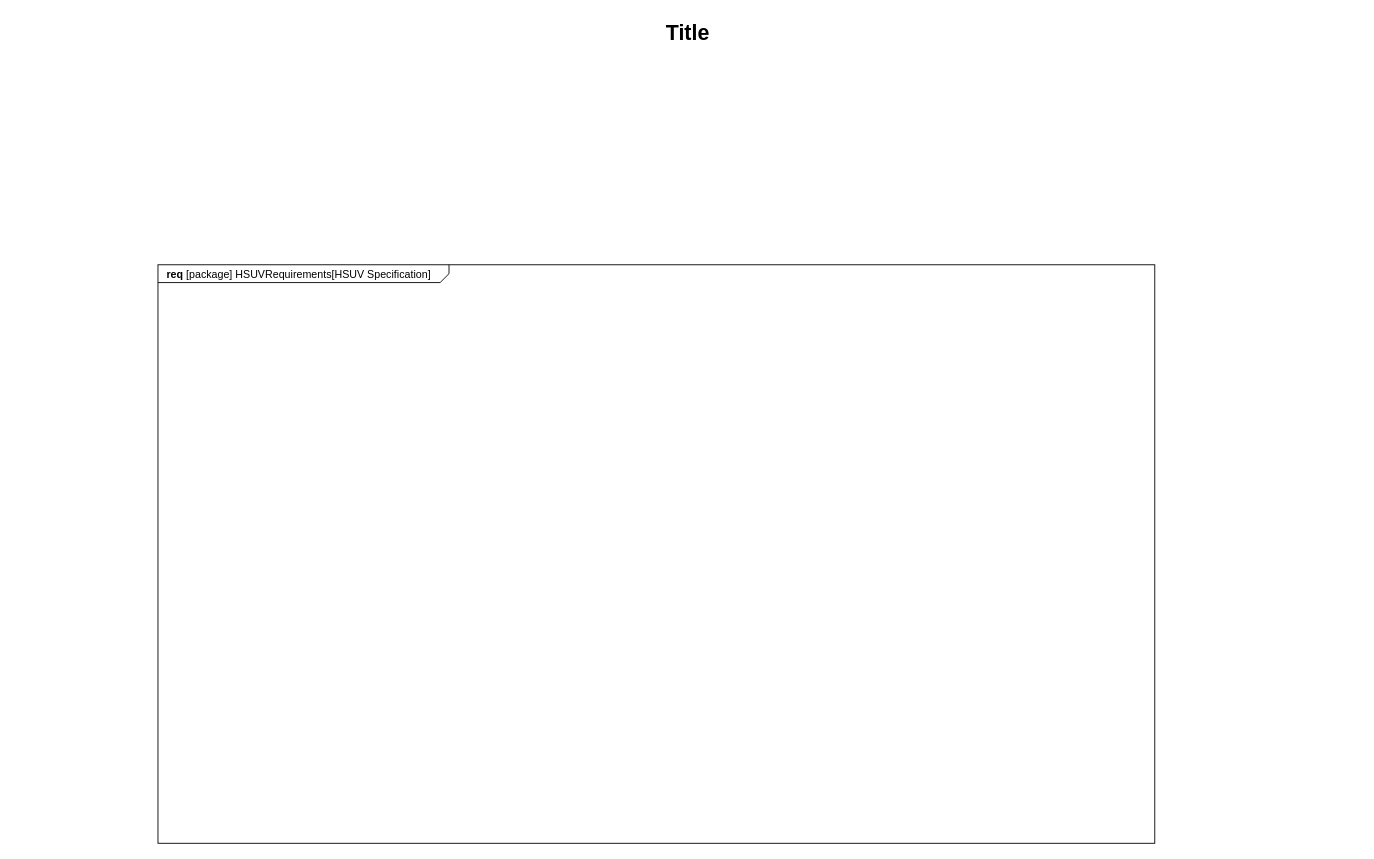
Earlier version of the draw.io diagram hive.drawio (fanch-luck/appiumapps). Source tidied: cells renumbered, new cells numbered last; positions are measured from the earlier drawing's top-left corner, leaving out a move shared by most shapes. Both pictures are drawn from the tidied source at 89%, with x=0, y=0 at pixel (15, 15).
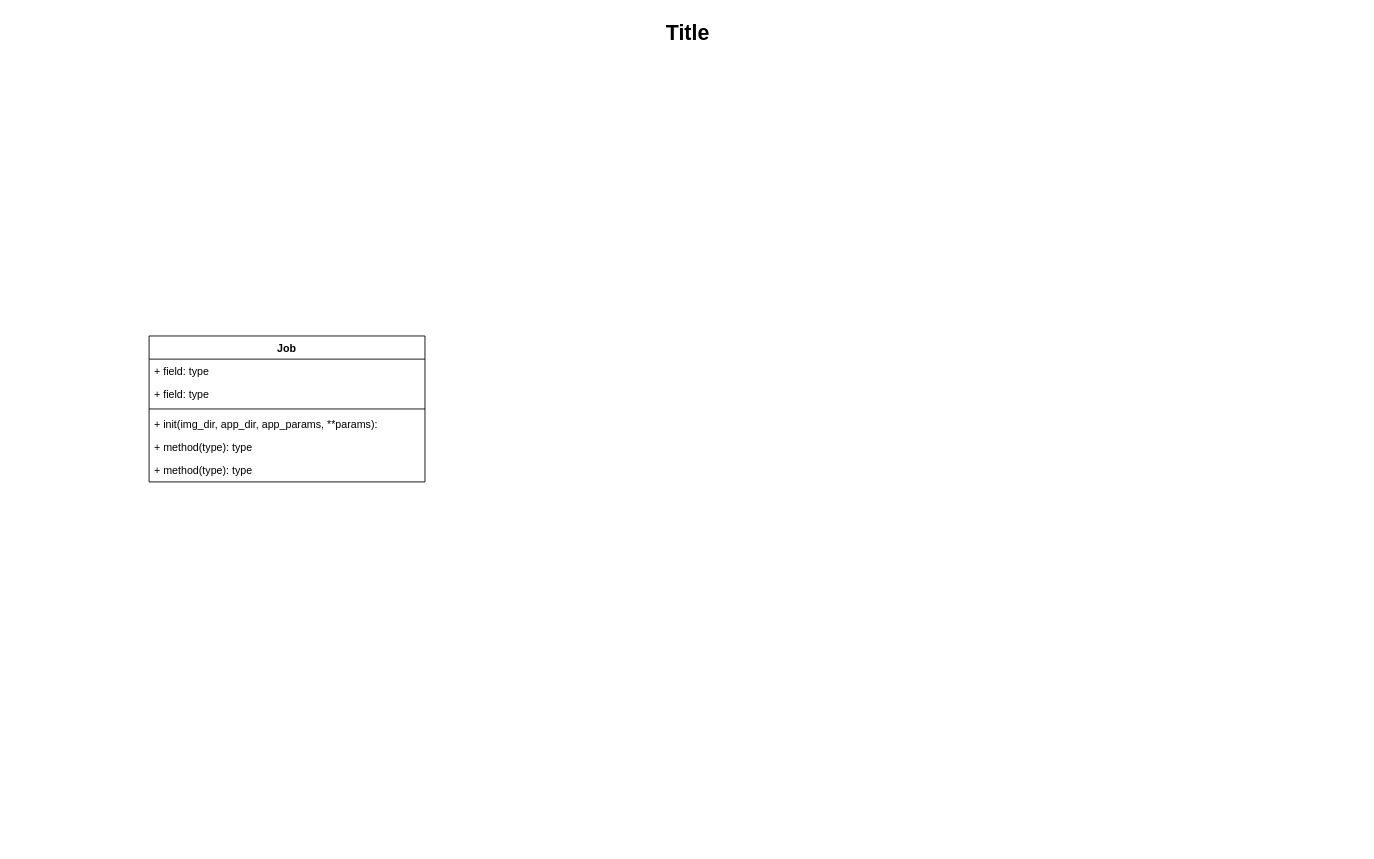
The same diagram, later.

What changed in the source:
```diff
@@
 <mxGraphModel>
   <root>
     <mxCell id="0" />
     <mxCell id="1" parent="0" />
-    <mxCell id="2" value="&lt;p style=&quot;margin: 0px ; margin-top: 4px ; margin-left: 10px ; text-align: left&quot;&gt;&lt;b&gt;req&lt;/b&gt;&amp;nbsp;[package] HSUVRequirements[HSUV Specification]&lt;/p&gt;" style="html=1;strokeWidth=1;shape=mxgraph.sysml.package;html=1;overflow=fill;whiteSpace=wrap;fillColor=none;gradientColor=none;fontSize=12;align=center;labelX=327.64;" parent="1" vertex="1">
-      <mxGeometry x="160" y="280" width="1120" height="650" as="geometry" />
-    </mxCell>
     <mxCell id="3" value="Title" style="text;strokeColor=none;fillColor=none;html=1;fontSize=24;fontStyle=1;verticalAlign=middle;align=center;" parent="1" vertex="1">
       <mxGeometry width="1510" height="40" as="geometry" />
     </mxCell>
+    <mxCell id="4" value="Job" style="swimlane;fontStyle=1;align=center;verticalAlign=top;horizontal=1;startSize=26;" parent="1" vertex="1">
+      <mxGeometry x="150" y="360" width="310" height="164" as="geometry" />
+    </mxCell>
+    <mxCell id="5" value="+ field: type" style="text;strokeColor=none;fillColor=none;align=left;verticalAlign=top;spacingLeft=4;spacingRight=4;overflow=hidden;" parent="4" vertex="1">
+      <mxGeometry y="26" width="310" height="26" as="geometry" />
+    </mxCell>
+    <mxCell id="6" value="+ field: type" style="text;strokeColor=none;fillColor=none;align=left;verticalAlign=top;spacingLeft=4;spacingRight=4;overflow=hidden;" parent="4" vertex="1">
+      <mxGeometry y="52" width="310" height="26" as="geometry" />
+    </mxCell>
+    <mxCell id="7" style="line;strokeWidth=1;fillColor=none;align=left;verticalAlign=middle;spacingTop=-1;spacingLeft=3;spacingRight=3;labelPosition=right;" parent="4" vertex="1">
+      <mxGeometry y="78" width="310" height="8" as="geometry" />
+    </mxCell>
+    <mxCell id="8" value="+ init(img_dir, app_dir, app_params, **params):" style="text;strokeColor=none;fillColor=none;align=left;verticalAlign=top;spacingLeft=4;spacingRight=4;overflow=hidden;" parent="4" vertex="1">
+      <mxGeometry y="86" width="310" height="26" as="geometry" />
+    </mxCell>
+    <mxCell id="9" value="+ method(type): type" style="text;strokeColor=none;fillColor=none;align=left;verticalAlign=top;spacingLeft=4;spacingRight=4;overflow=hidden;" parent="4" vertex="1">
+      <mxGeometry y="112" width="310" height="26" as="geometry" />
+    </mxCell>
+    <mxCell id="10" value="+ method(type): type" style="text;strokeColor=none;fillColor=none;align=left;verticalAlign=top;spacingLeft=4;spacingRight=4;overflow=hidden;" parent="4" vertex="1">
+      <mxGeometry y="138" width="310" height="26" as="geometry" />
+    </mxCell>
   </root>
 </mxGraphModel>
```
